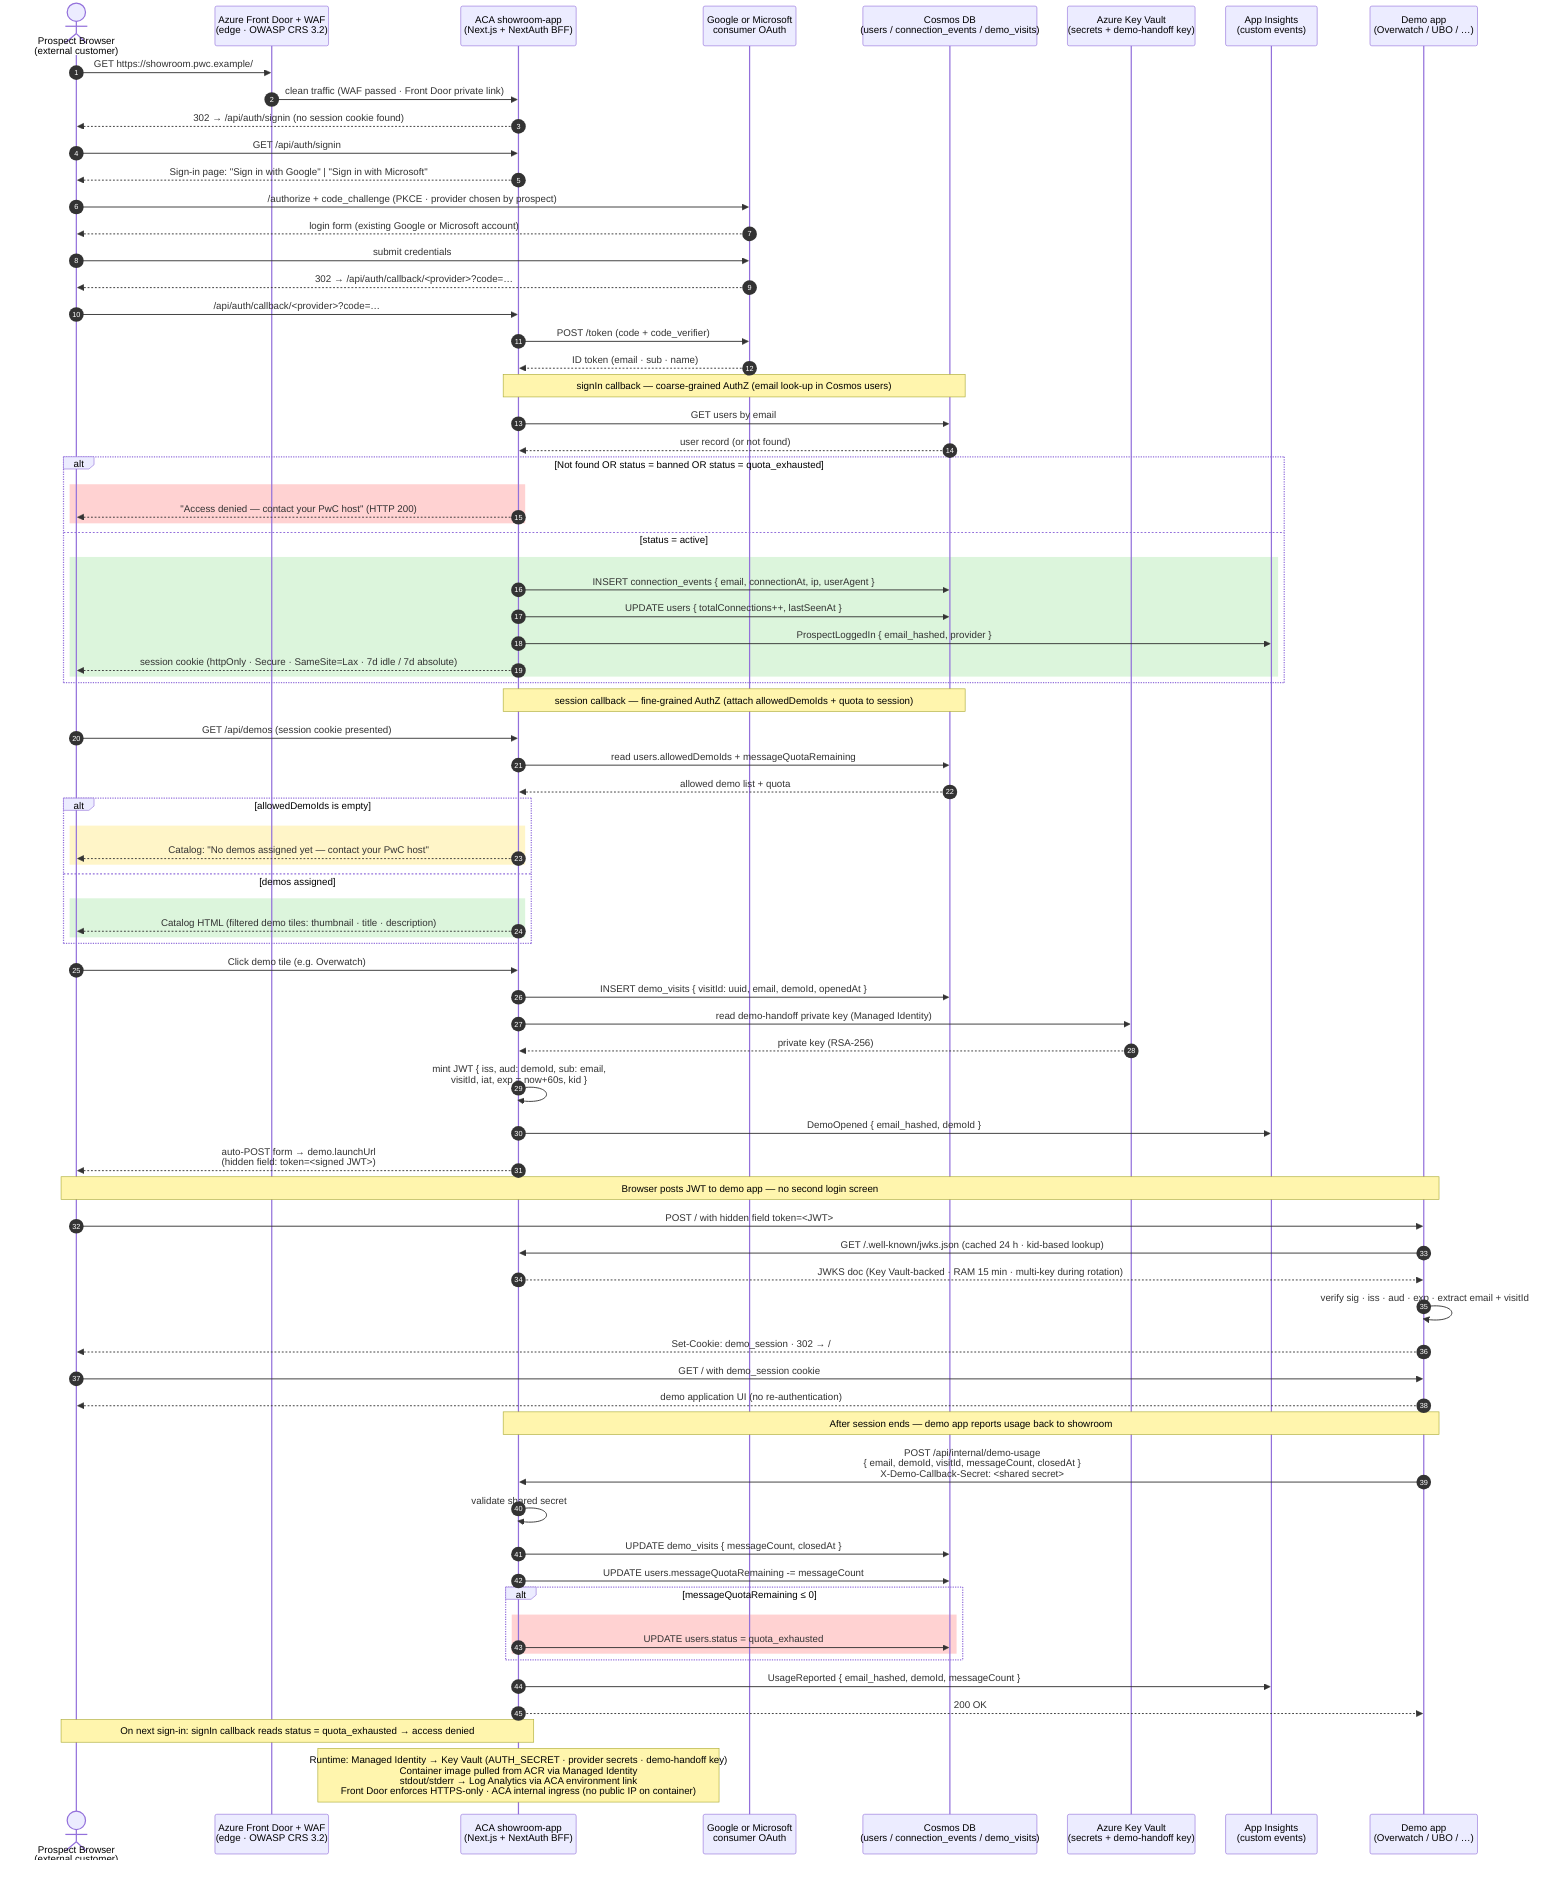
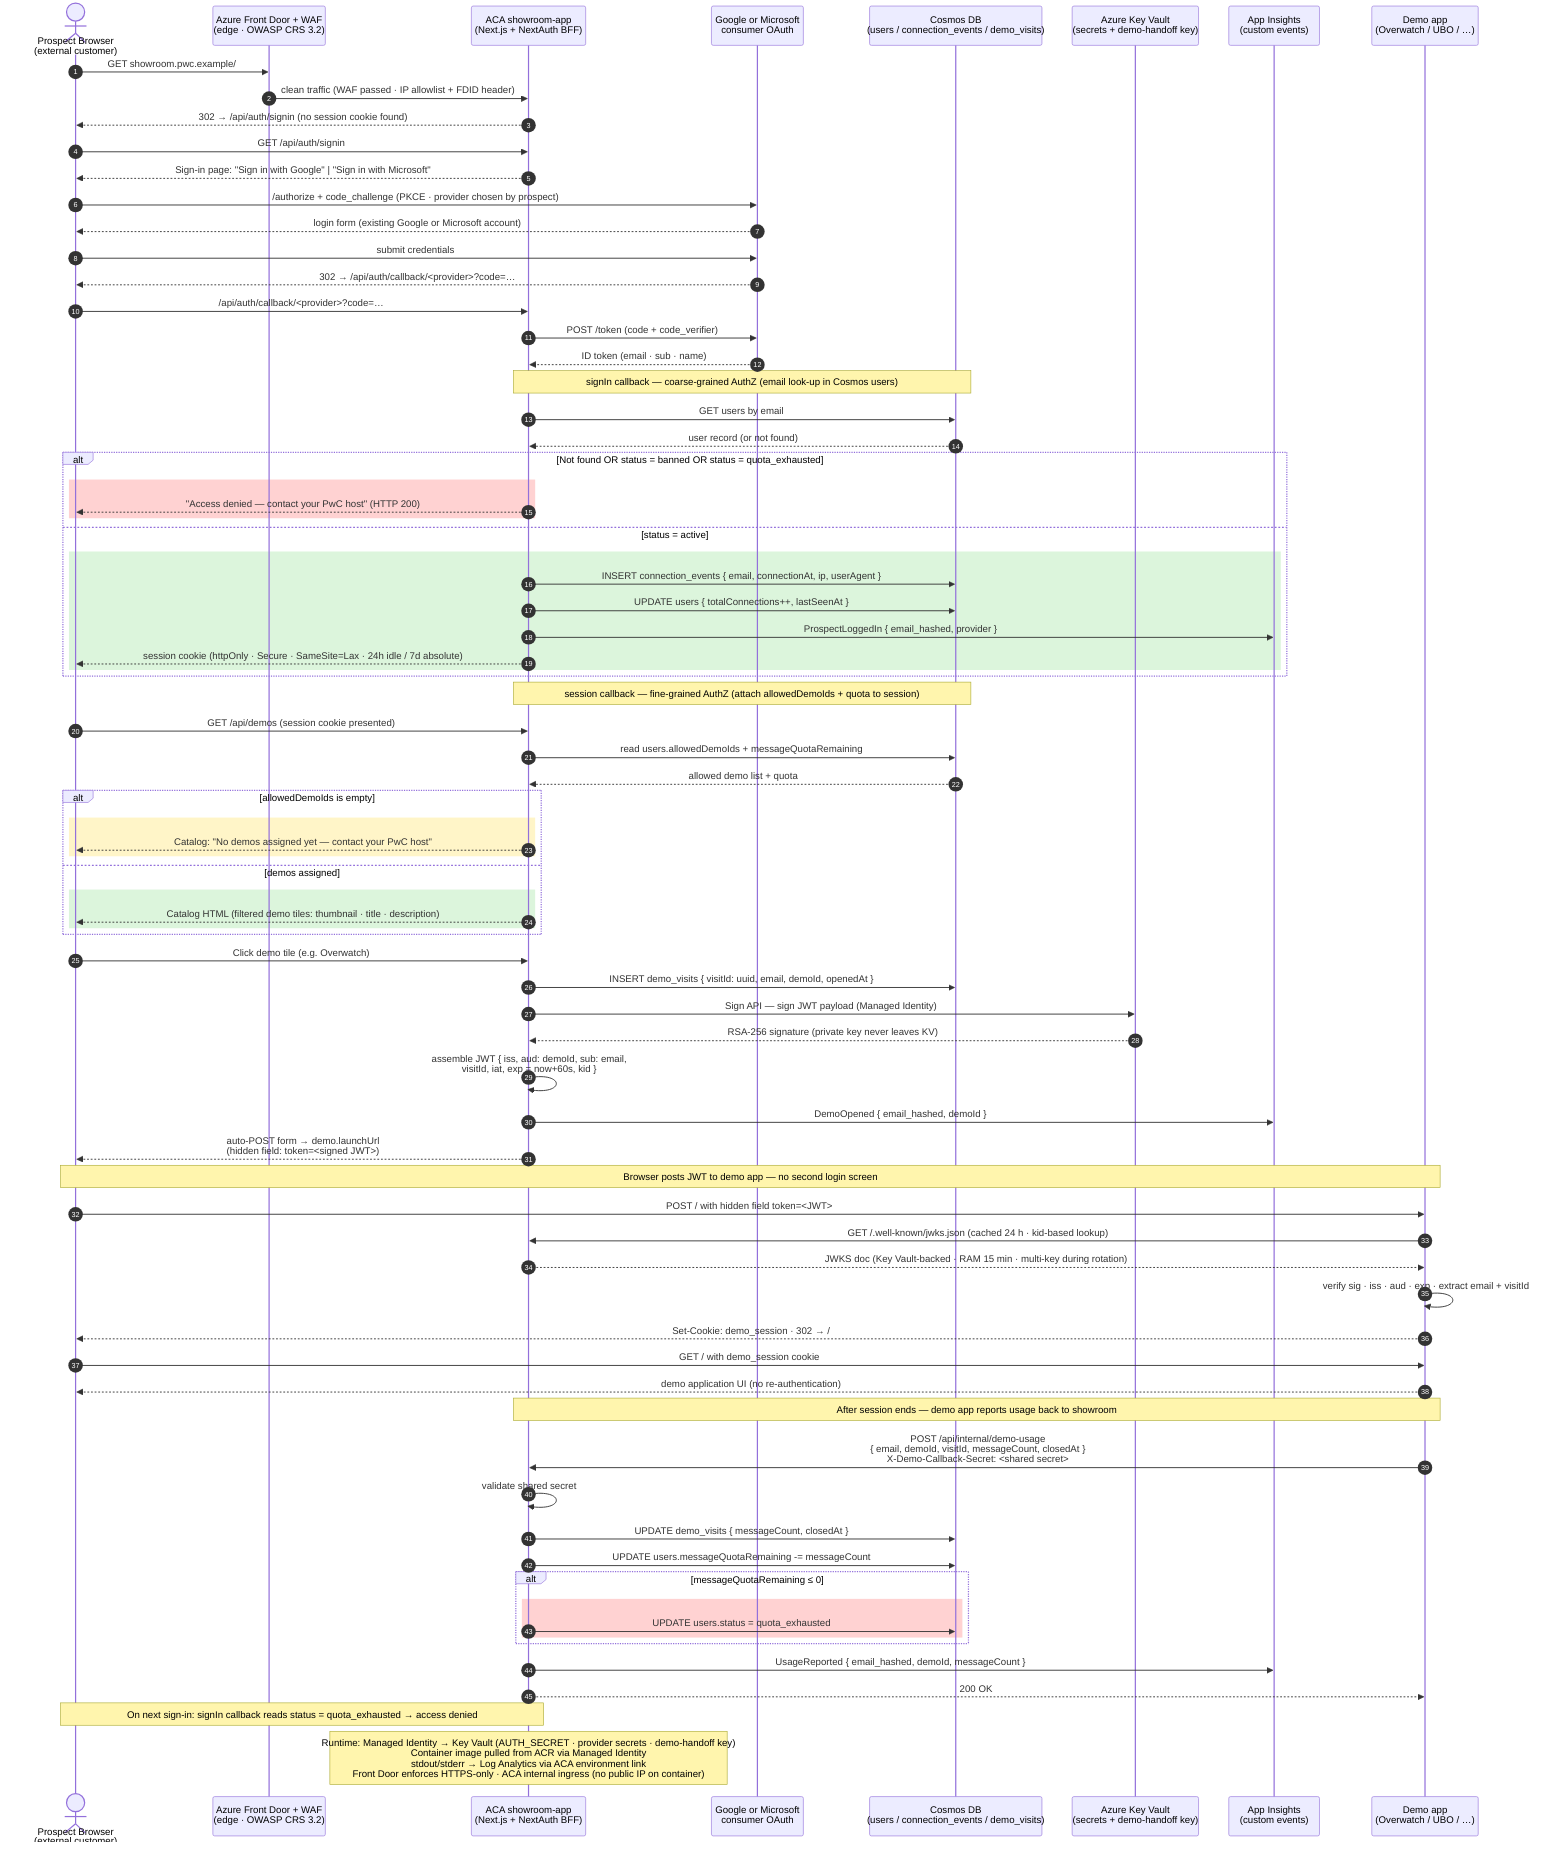
sequenceDiagram
    autonumber
    actor B as Prospect Browser<br/>(external customer)
    participant F as Azure Front Door + WAF<br/>(edge · OWASP CRS 3.2)
    participant S as ACA showroom-app<br/>(Next.js + NextAuth BFF)
    participant I as Google or Microsoft<br/>consumer OAuth
    participant C as Cosmos DB<br/>(users / connection_events / demo_visits)
    participant KV as Azure Key Vault<br/>(secrets + demo-handoff key)
    participant A as App Insights<br/>(custom events)
    participant D as Demo app<br/>(Overwatch / UBO / …)

-     B->>F: GET https://showroom.pwc.example/
-     F->>S: clean traffic (WAF passed · Front Door private link)
+     B->>F: GET showroom.pwc.example/
+     F->>S: clean traffic (WAF passed · IP allowlist + FDID header)
    S-->>B: 302 → /api/auth/signin (no session cookie found)

    B->>S: GET /api/auth/signin
    S-->>B: Sign-in page: "Sign in with Google" | "Sign in with Microsoft"

    B->>I: /authorize + code_challenge (PKCE · provider chosen by prospect)
    I-->>B: login form (existing Google or Microsoft account)
    B->>I: submit credentials
    I-->>B: 302 → /api/auth/callback/<provider>?code=…

    B->>S: /api/auth/callback/<provider>?code=…
    S->>I: POST /token (code + code_verifier)
    I-->>S: ID token (email · sub · name)

    Note over S,C: signIn callback — coarse-grained AuthZ (email look-up in Cosmos users)

    S->>C: GET users by email
    C-->>S: user record (or not found)

    alt Not found OR status = banned OR status = quota_exhausted
        rect rgb(255, 210, 210)
            S-->>B: "Access denied — contact your PwC host" (HTTP 200)
        end
    else status = active
        rect rgb(220, 245, 220)
            S->>C: INSERT connection_events { email, connectionAt, ip, userAgent }
            S->>C: UPDATE users { totalConnections++, lastSeenAt }
            S->>A: ProspectLoggedIn { email_hashed, provider }
-             S-->>B: session cookie (httpOnly · Secure · SameSite=Lax · 7d idle / 7d absolute)
+             S-->>B: session cookie (httpOnly · Secure · SameSite=Lax · 24h idle / 7d absolute)
        end
    end

    Note over S,C: session callback — fine-grained AuthZ (attach allowedDemoIds + quota to session)

    B->>S: GET /api/demos (session cookie presented)
    S->>C: read users.allowedDemoIds + messageQuotaRemaining
    C-->>S: allowed demo list + quota

    alt allowedDemoIds is empty
        rect rgb(255, 245, 200)
            S-->>B: Catalog: "No demos assigned yet — contact your PwC host"
        end
    else demos assigned
        rect rgb(220, 245, 220)
            S-->>B: Catalog HTML (filtered demo tiles: thumbnail · title · description)
        end
    end

    B->>S: Click demo tile (e.g. Overwatch)
    S->>C: INSERT demo_visits { visitId: uuid, email, demoId, openedAt }
-     S->>KV: read demo-handoff private key (Managed Identity)
-     KV-->>S: private key (RSA-256)
-     S->>S: mint JWT { iss, aud: demoId, sub: email,<br/>visitId, iat, exp = now+60s, kid }
+     S->>KV: Sign API — sign JWT payload (Managed Identity)
+     KV-->>S: RSA-256 signature (private key never leaves KV)
+     S->>S: assemble JWT { iss, aud: demoId, sub: email,<br/>visitId, iat, exp = now+60s, kid }
    S->>A: DemoOpened { email_hashed, demoId }
    S-->>B: auto-POST form → demo.launchUrl<br/>(hidden field: token=<signed JWT>)

    Note over B,D: Browser posts JWT to demo app — no second login screen

    B->>D: POST / with hidden field token=<JWT>
    D->>S: GET /.well-known/jwks.json (cached 24 h · kid-based lookup)
    S-->>D: JWKS doc (Key Vault-backed · RAM 15 min · multi-key during rotation)
    D->>D: verify sig · iss · aud · exp · extract email + visitId
    D-->>B: Set-Cookie: demo_session · 302 → /
    B->>D: GET / with demo_session cookie
    D-->>B: demo application UI (no re-authentication)

    Note over D,S: After session ends — demo app reports usage back to showroom

    D->>S: POST /api/internal/demo-usage<br/>{ email, demoId, visitId, messageCount, closedAt }<br/>X-Demo-Callback-Secret: <shared secret>
    S->>S: validate shared secret
    S->>C: UPDATE demo_visits { messageCount, closedAt }
    S->>C: UPDATE users.messageQuotaRemaining -= messageCount

    alt messageQuotaRemaining ≤ 0
        rect rgb(255, 210, 210)
            S->>C: UPDATE users.status = quota_exhausted
        end
    end

    S->>A: UsageReported { email_hashed, demoId, messageCount }
    S-->>D: 200 OK

    Note over B,S: On next sign-in: signIn callback reads status = quota_exhausted → access denied
    Note over S: Runtime: Managed Identity → Key Vault (AUTH_SECRET · provider secrets · demo-handoff key)<br/>Container image pulled from ACR via Managed Identity<br/>stdout/stderr → Log Analytics via ACA environment link<br/>Front Door enforces HTTPS-only · ACA internal ingress (no public IP on container)
